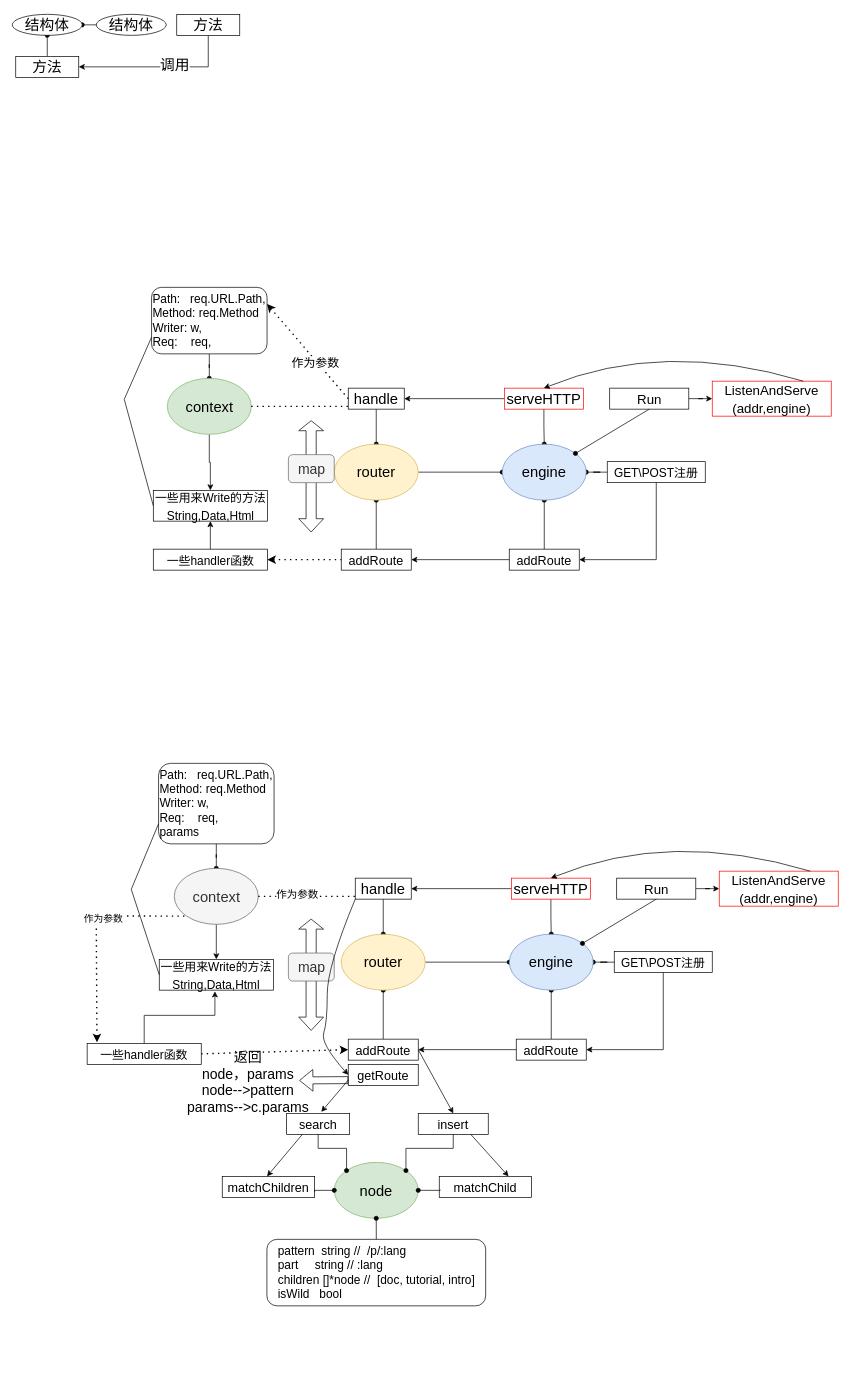
This is gee_web/gee_web.drawio from TouyamaRie/My_pictures, a draw.io file, before an edit. Source tidied: cells renumbered, new cells numbered last; positions are measured from the earlier drawing's top-left corner, leaving out a move shared by most shapes. Both pictures are drawn from the tidied source at 70%, with x=0, y=0 at pixel (12, 14).
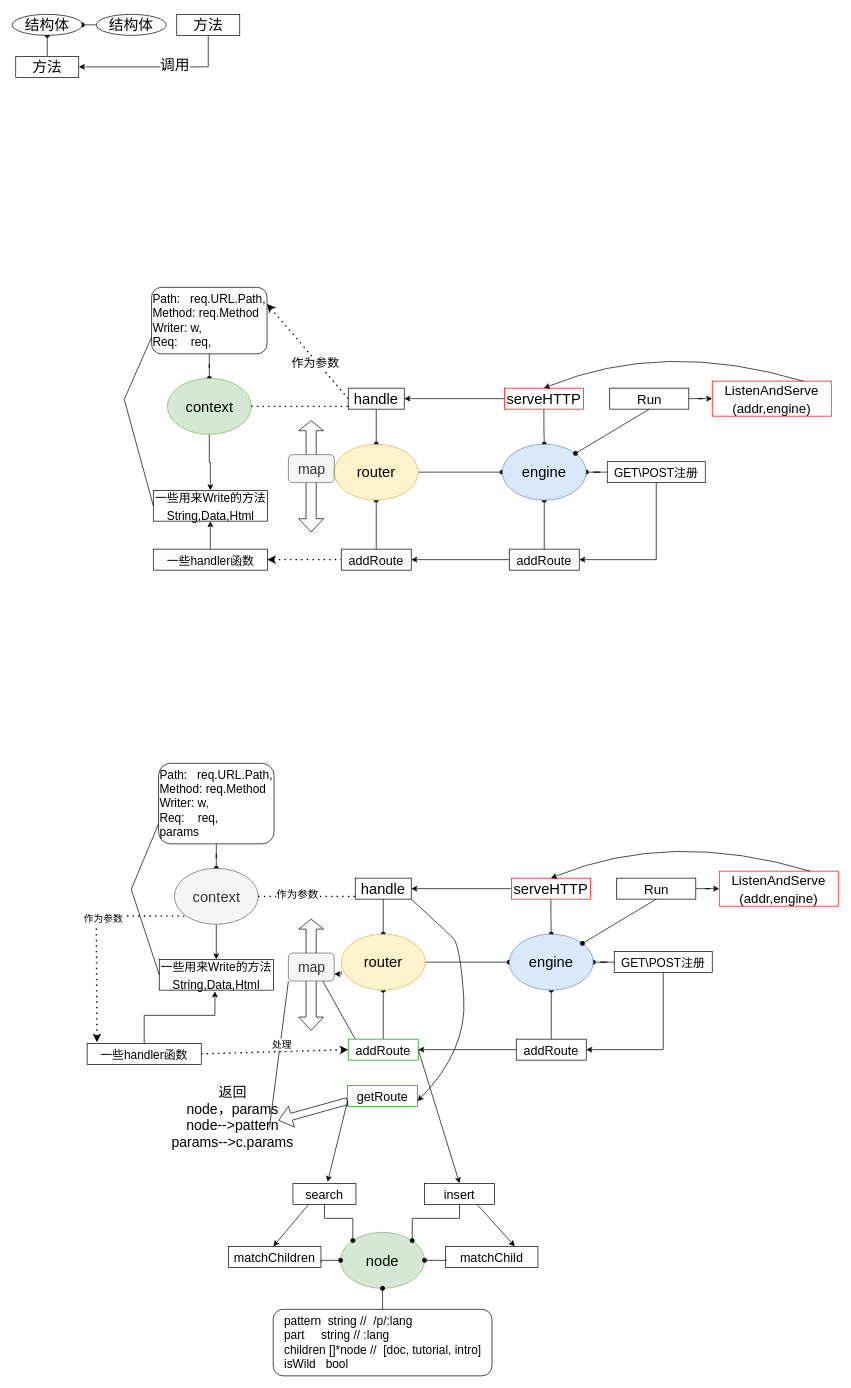
The same page after the edit.

Commit message:
更新前缀树

Unchanged cells that the change refers to:
```xml
<mxCell id="54" value="&lt;font style=&quot;font-size: 21px;&quot;&gt;router&lt;/font&gt;" style="ellipse;whiteSpace=wrap;html=1;fontSize=15;fillColor=#fff2cc;strokeColor=#d6b656;" parent="1" vertex="1">
  <mxGeometry x="470" y="1314" width="120" height="80" as="geometry" />
</mxCell>
<mxCell id="55" value="handle" style="rounded=0;whiteSpace=wrap;html=1;fontSize=21;" parent="1" vertex="1">
  <mxGeometry x="490" y="1234" width="80" height="30" as="geometry" />
</mxCell>
<mxCell id="83" value="&lt;div style=&quot;text-align: left; font-size: 20px;&quot;&gt;map&lt;/div&gt;" style="rounded=1;whiteSpace=wrap;html=1;strokeColor=#666666;strokeWidth=1;fontSize=20;spacing=2;fillColor=#f5f5f5;fontColor=#333333;" parent="1" vertex="1">
  <mxGeometry x="394.5" y="1341" width="65.5" height="40" as="geometry" />
</mxCell>
```

Diff of the diagram source:
```diff
@@
-    <mxCell id="60" value="&lt;font style=&quot;font-size: 18px;&quot;&gt;addRoute&lt;/font&gt;" style="rounded=0;whiteSpace=wrap;html=1;fontSize=21;" parent="1" vertex="1">
+    <mxCell id="60" value="&lt;font style=&quot;font-size: 18px;&quot;&gt;addRoute&lt;/font&gt;" style="rounded=0;whiteSpace=wrap;html=1;fontSize=21;strokeColor=#009900;" parent="1" vertex="1">
       <mxGeometry x="480" y="1464" width="100" height="30" as="geometry" />
     </mxCell>
@@
     <mxCell id="77" value="&lt;font style=&quot;font-size: 21px;&quot;&gt;node&lt;/font&gt;" style="ellipse;whiteSpace=wrap;html=1;fontSize=15;fillColor=#d5e8d4;strokeColor=#82b366;" parent="1" vertex="1">
-      <mxGeometry x="460" y="1640" width="120" height="80" as="geometry" />
+      <mxGeometry x="469" y="1740" width="120" height="80" as="geometry" />
     </mxCell>
     <mxCell id="78" value="&lt;div style=&quot;text-align: left;&quot;&gt;&lt;div&gt;pattern&amp;nbsp; string //&amp;nbsp; /p/:lang&lt;/div&gt;&lt;div&gt;&lt;span style=&quot;&quot;&gt; &lt;/span&gt;part&amp;nbsp; &amp;nbsp; &amp;nbsp;string // :lang&lt;/div&gt;&lt;div&gt;&lt;span style=&quot;&quot;&gt; &lt;/span&gt;children []*node //&amp;nbsp; [doc, tutorial, intro]&lt;/div&gt;&lt;div&gt;&lt;span style=&quot;&quot;&gt; &lt;/span&gt;isWild&amp;nbsp; &amp;nbsp;bool&amp;nbsp;&lt;/div&gt;&lt;/div&gt;" style="rounded=1;whiteSpace=wrap;html=1;strokeColor=#000000;strokeWidth=1;fontSize=17;" parent="1" vertex="1">
-      <mxGeometry x="363.8" y="1750" width="312.5" height="95" as="geometry" />
+      <mxGeometry x="372.8" y="1850" width="312.5" height="95" as="geometry" />
     </mxCell>
-    <mxCell id="79" value="&lt;font style=&quot;font-size: 18px;&quot;&gt;getRoute&lt;/font&gt;" style="rounded=0;whiteSpace=wrap;html=1;fontSize=21;" parent="1" vertex="1">
-      <mxGeometry x="480" y="1500" width="100" height="30" as="geometry" />
+    <mxCell id="79" value="&lt;font style=&quot;font-size: 18px;&quot;&gt;getRoute&lt;/font&gt;" style="rounded=0;whiteSpace=wrap;html=1;fontSize=21;strokeColor=#009900;" parent="1" vertex="1">
+      <mxGeometry x="479" y="1530" width="100" height="30" as="geometry" />
     </mxCell>
     <mxCell id="80" value="&lt;font style=&quot;font-size: 18px;&quot;&gt;insert&lt;/font&gt;" style="rounded=0;whiteSpace=wrap;html=1;fontSize=21;" parent="1" vertex="1">
-      <mxGeometry x="580" y="1570" width="100" height="30" as="geometry" />
+      <mxGeometry x="589" y="1670" width="100" height="30" as="geometry" />
     </mxCell>
     <mxCell id="81" value="&lt;font style=&quot;font-size: 18px;&quot;&gt;search&lt;/font&gt;" style="rounded=0;whiteSpace=wrap;html=1;fontSize=21;" parent="1" vertex="1">
-      <mxGeometry x="392" y="1570" width="90" height="30" as="geometry" />
+      <mxGeometry x="401" y="1670" width="90" height="30" as="geometry" />
     </mxCell>
@@
+    <mxCell id="100" style="edgeStyle=orthogonalEdgeStyle;rounded=0;jettySize=auto;html=1;exitX=1;exitY=0.75;exitDx=0;exitDy=0;entryX=0;entryY=0.666;entryDx=0;entryDy=0;entryPerimeter=0;strokeWidth=1;fontSize=14;startArrow=classic;startFill=1;endArrow=none;endFill=0;" parent="1" edge="1" source="83" target="54">
+      <mxGeometry relative="1" as="geometry" />
+    </mxCell>
@@
     <mxCell id="86" value="&lt;font style=&quot;font-size: 18px;&quot;&gt;matchChildren&lt;/font&gt;" style="rounded=0;whiteSpace=wrap;html=1;fontSize=21;" parent="1" vertex="1">
-      <mxGeometry x="300" y="1660" width="132" height="30" as="geometry" />
+      <mxGeometry x="309" y="1760" width="132" height="30" as="geometry" />
     </mxCell>
     <mxCell id="87" value="&lt;font style=&quot;font-size: 18px;&quot;&gt;matchChild&lt;/font&gt;" style="rounded=0;whiteSpace=wrap;html=1;fontSize=21;" parent="1" vertex="1">
-      <mxGeometry x="610" y="1660" width="132" height="30" as="geometry" />
+      <mxGeometry x="619" y="1760" width="132" height="30" as="geometry" />
     </mxCell>
@@
     <mxCell id="92" style="endArrow=classic;html=1;rounded=0;fontSize=18;exitX=0.25;exitY=1;exitDx=0;exitDy=0;entryX=0.55;entryY=-0.072;entryDx=0;entryDy=0;entryPerimeter=0;" parent="1" edge="1" source="81">
       <mxGeometry relative="1" as="geometry">
-        <mxPoint x="364" y="1660" as="targetPoint" />
+        <mxPoint x="373" y="1760" as="targetPoint" />
       </mxGeometry>
     </mxCell>
@@
-    <mxCell id="95" style="curved=1;endArrow=classic;html=1;rounded=0;strokeWidth=1;fontSize=20;entryX=0;entryY=0.5;entryDx=0;entryDy=0;exitX=0;exitY=1;exitDx=0;exitDy=0;" parent="1" edge="1" source="55" target="79">
+    <mxCell id="95" style="curved=1;endArrow=classic;html=1;rounded=0;strokeWidth=1;fontSize=20;entryX=1;entryY=0.75;entryDx=0;entryDy=0;exitX=1;exitY=1;exitDx=0;exitDy=0;" parent="1" edge="1" source="55" target="79">
       <mxGeometry relative="1" as="geometry">
         <Array as="points">
-          <mxPoint x="450" y="1360" />
-          <mxPoint x="450" y="1440" />
-          <mxPoint x="440" y="1470" />
+          <mxPoint x="620" y="1310" />
+          <mxPoint x="640" y="1330" />
+          <mxPoint x="650" y="1480" />
         </Array>
       </mxGeometry>
     </mxCell>
-    <mxCell id="96" style="shape=flexArrow;endArrow=classic;html=1;rounded=0;strokeWidth=1;fontSize=20;exitX=0;exitY=0.75;exitDx=0;exitDy=0;" parent="1" edge="1" source="79">
-      <mxGeometry relative="1" as="geometry">
-        <mxPoint x="410" y="1523" as="targetPoint" />
-      </mxGeometry>
+    <mxCell id="96" style="shape=flexArrow;endArrow=classic;html=1;rounded=0;strokeWidth=1;fontSize=20;exitX=0;exitY=0.75;exitDx=0;exitDy=0;entryX=0.81;entryY=0.667;entryDx=0;entryDy=0;entryPerimeter=0;" parent="1" edge="1" source="79" target="97">
+      <mxGeometry relative="1" as="geometry" />
     </mxCell>
     <mxCell id="97" value="返回&lt;br&gt;node，params&lt;br&gt;node--&amp;gt;pattern&lt;br&gt;params--&amp;gt;c.params" style="text;html=1;strokeColor=none;fillColor=none;align=center;verticalAlign=middle;whiteSpace=wrap;rounded=0;strokeWidth=1;fontSize=20;" parent="1" vertex="1">
-      <mxGeometry x="231.5" y="1510" width="210" height="30" as="geometry" />
+      <mxGeometry x="210" y="1560" width="210" height="30" as="geometry" />
     </mxCell>
@@
+    <mxCell id="101" style="endArrow=none;html=1;rounded=0;strokeWidth=1;fontSize=14;entryX=0.75;entryY=1;entryDx=0;entryDy=0;" parent="1" edge="1" target="83">
+      <mxGeometry relative="1" as="geometry">
+        <mxPoint x="490" y="1464" as="sourcePoint" />
+      </mxGeometry>
+    </mxCell>
+    <mxCell id="102" style="endArrow=none;html=1;rounded=0;strokeWidth=1;fontSize=14;exitX=0.75;exitY=1;exitDx=0;exitDy=0;entryX=0;entryY=1;entryDx=0;entryDy=0;" parent="1" edge="1" source="97" target="83">
+      <mxGeometry relative="1" as="geometry" />
+    </mxCell>
+    <mxCell id="103" value="处理" style="edgeLabel;html=1;align=center;verticalAlign=middle;fontSize=14;" parent="102" vertex="1">
+      <mxGeometry x="0.14" y="-2" relative="1" as="geometry" />
+    </mxCell>
```
